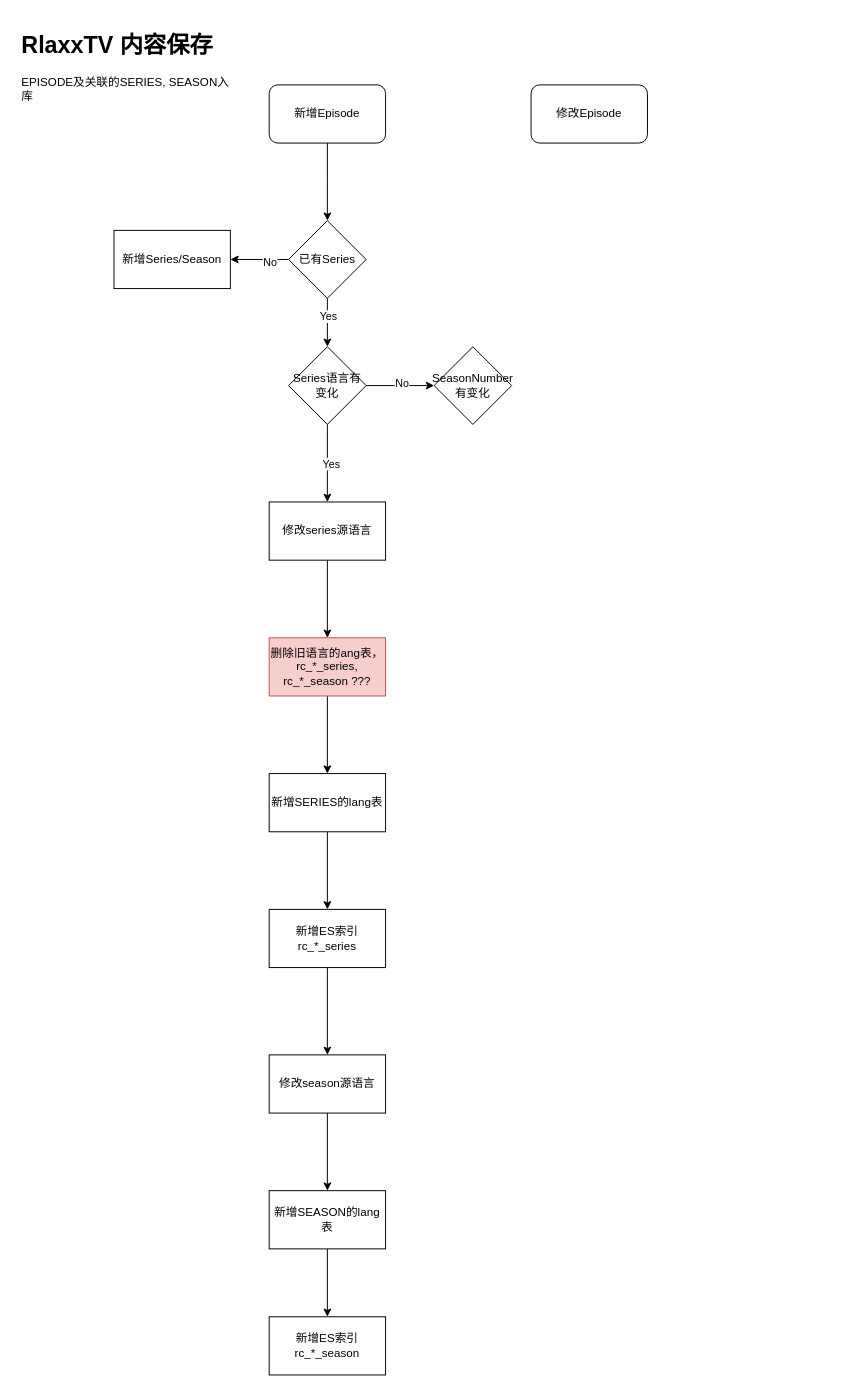
The draw.io diagram update/RlaxxTV内容保存.drawio in stevezhouht/baiduCDP, before the edit. Source tidied: cells renumbered, new cells numbered last; positions are measured from the earlier drawing's top-left corner, leaving out a move shared by most shapes. Both pictures are drawn from the tidied source at 97%, with x=0, y=0 at pixel (16, 26).
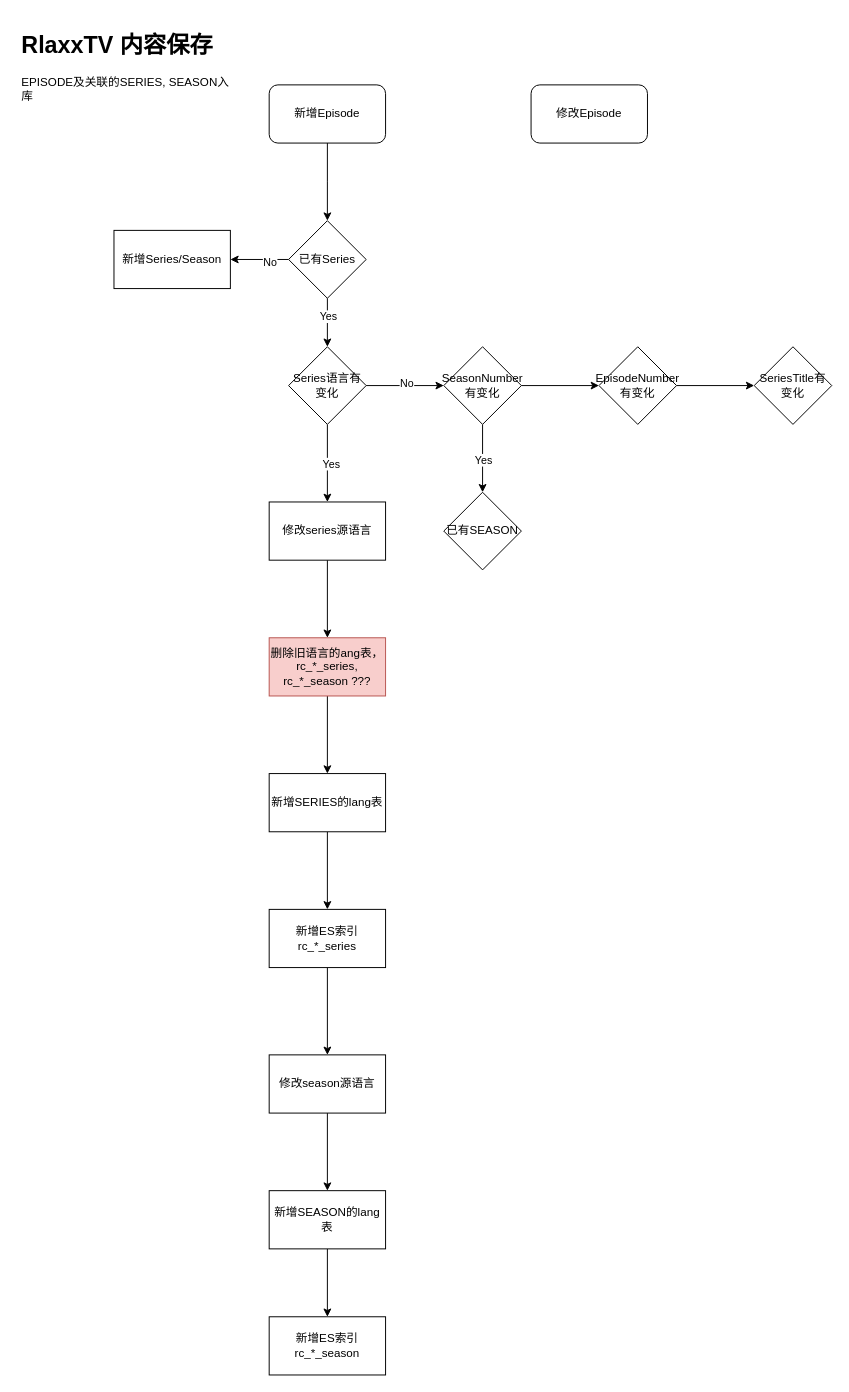
After the change.

Commit message (it also covers changes not shown here):
更新RlaxxTV内容保存.drawio

The edit, as a diff of the source:
```diff
@@
+    <mxCell id="31" style="edgeStyle=orthogonalEdgeStyle;rounded=0;jettySize=auto;html=1;" parent="1" edge="1" source="19" target="34">
+      <mxGeometry relative="1" as="geometry" />
+    </mxCell>
+    <mxCell id="32" value="Yes" style="edgeLabel;html=1;align=center;verticalAlign=middle;" parent="31" vertex="1">
+      <mxGeometry x="0.03" relative="1" as="geometry" />
+    </mxCell>
+    <mxCell id="33" style="edgeStyle=orthogonalEdgeStyle;rounded=0;jettySize=auto;html=1;" parent="1" edge="1" source="19" target="36">
+      <mxGeometry relative="1" as="geometry" />
+    </mxCell>
     <mxCell id="19" value="SeasonNumber有变化" style="rhombus;whiteSpace=wrap;html=1;" parent="1" vertex="1">
-      <mxGeometry x="430" y="330" width="80" height="80" as="geometry" />
+      <mxGeometry x="440" y="330" width="80" height="80" as="geometry" />
     </mxCell>
@@
+    <mxCell id="34" value="已有SEASON" style="rhombus;whiteSpace=wrap;html=1;" parent="1" vertex="1">
+      <mxGeometry x="440" y="480" width="80" height="80" as="geometry" />
+    </mxCell>
+    <mxCell id="35" style="edgeStyle=orthogonalEdgeStyle;rounded=0;jettySize=auto;html=1;" parent="1" edge="1" source="36" target="37">
+      <mxGeometry relative="1" as="geometry" />
+    </mxCell>
+    <mxCell id="36" value="EpisodeNumber有变化" style="rhombus;whiteSpace=wrap;html=1;" parent="1" vertex="1">
+      <mxGeometry x="600" y="330" width="80" height="80" as="geometry" />
+    </mxCell>
+    <mxCell id="37" value="SeriesTitle有变化" style="rhombus;whiteSpace=wrap;html=1;" parent="1" vertex="1">
+      <mxGeometry x="760" y="330" width="80" height="80" as="geometry" />
+    </mxCell>
```
